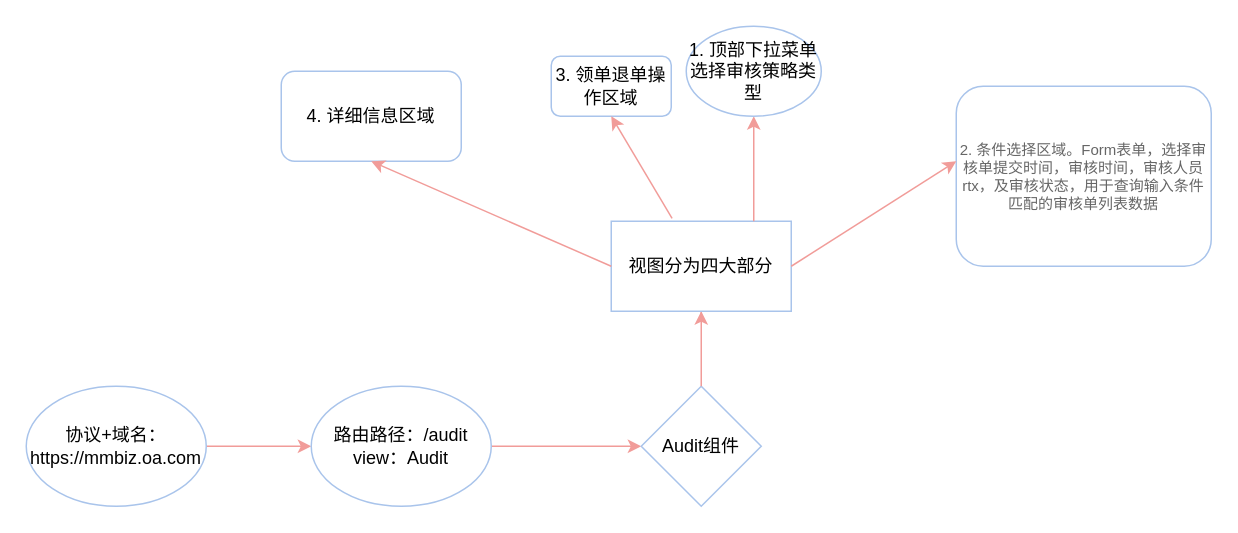
Before: 未命名绘图.drawio in Annmuder/Annmuder, a draw.io diagram. Source tidied: cells renumbered, new cells numbered last; positions are measured from the earlier drawing's top-left corner, leaving out a move shared by most shapes. Both pictures are drawn from the tidied source at 150%, with x=0, y=0 at pixel (26, 26).
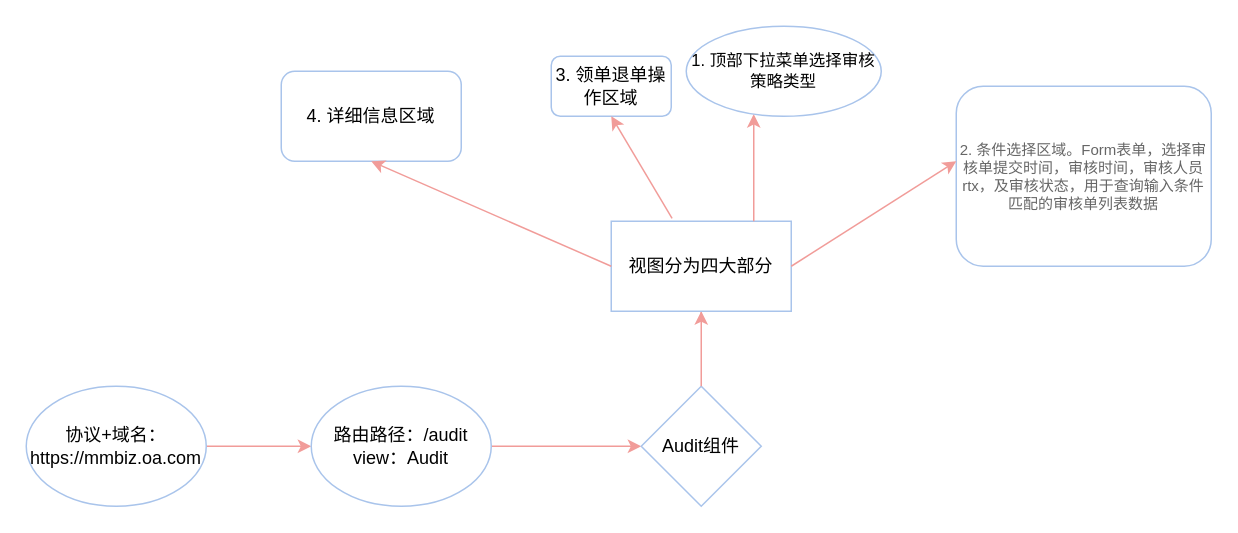
The same diagram, later.

The edit, as a diff of the source:
```diff
@@
-    <mxCell id="10" value="1. 顶部下拉菜单选择审核策略类型" style="ellipse;whiteSpace=wrap;html=1;fontFamily=Helvetica;fontSize=12;fontColor=default;strokeColor=#A9C4EB;" parent="1" vertex="1">
-      <mxGeometry x="440" width="90" height="60" as="geometry" />
+    <mxCell id="10" value="&lt;font style=&quot;font-size: 11px;&quot;&gt;1. 顶部下拉菜单选择审核策略类型&lt;/font&gt;" style="ellipse;whiteSpace=wrap;html=1;fontFamily=Helvetica;fontSize=10;fontColor=default;strokeColor=#A9C4EB;" parent="1" vertex="1">
+      <mxGeometry x="440" width="130" height="60" as="geometry" />
     </mxCell>
```
